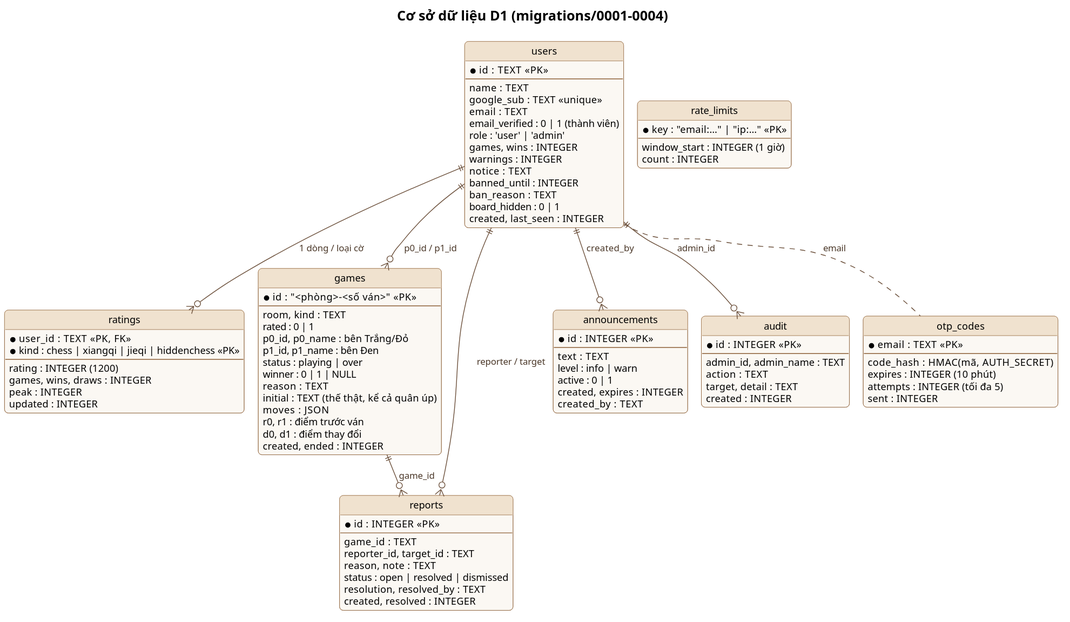
Earlier version of the PlantUML export docs/diagrams/data-model.svg (lethienloc2004/banco-chess).
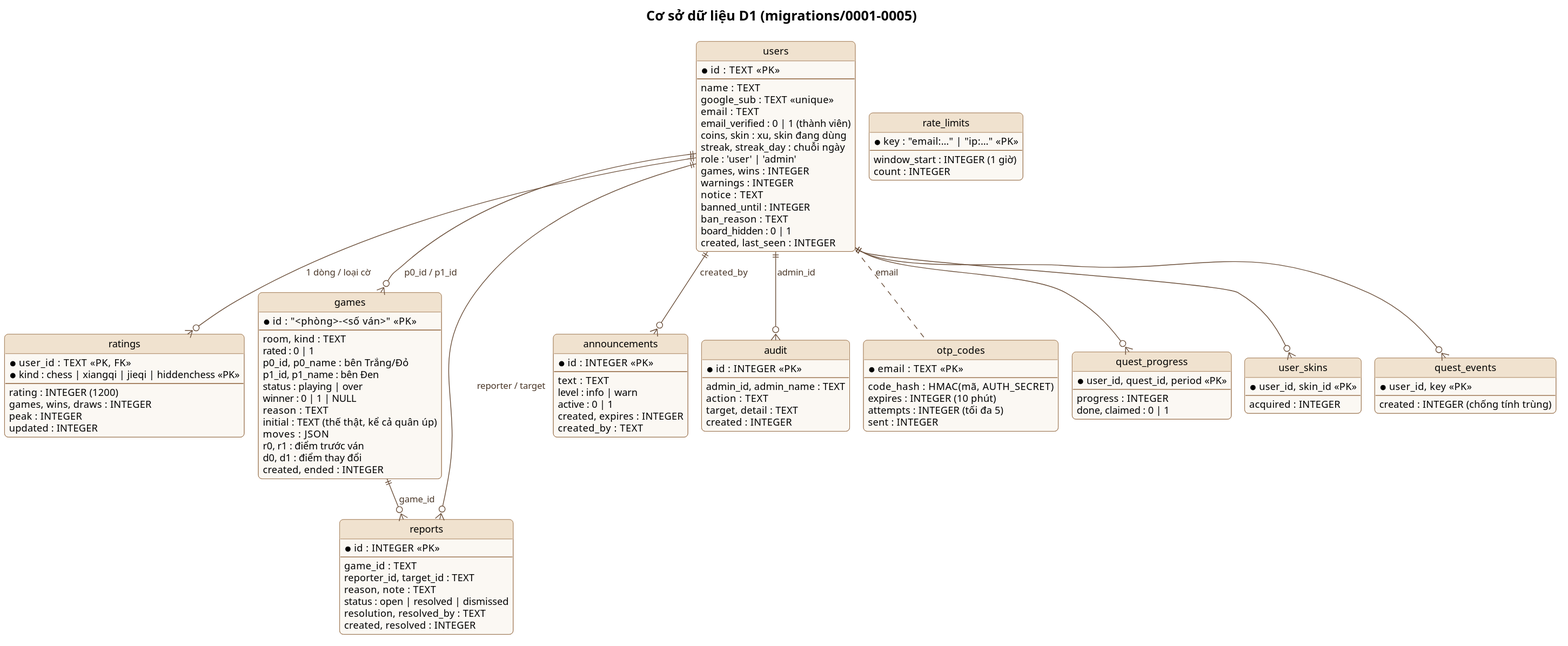
Above is the later version.

The edit, as a diff of the source:
```diff
@@ -1,7 +1,7 @@
 @startuml
 !include _style.iuml
 !pragma layout smetana
-title Cơ sở dữ liệu D1 (migrations/0001-0004)
+title Cơ sở dữ liệu D1 (migrations/0001-0005)
 hide circle
 hide methods
 
@@ -12,6 +12,8 @@
   google_sub : TEXT <<unique>>
   email : TEXT
   email_verified : 0 | 1 (thành viên)
+  coins, skin : xu, skin đang dùng
+  streak, streak_day : chuỗi ngày
   role : 'user' | 'admin'
   games, wins : INTEGER
   warnings : INTEGER
@@ -88,6 +90,25 @@
   sent : INTEGER
 }
 
+entity quest_progress {
+  * user_id, quest_id, period <<PK>>
+  --
+  progress : INTEGER
+  done, claimed : 0 | 1
+}
+
+entity user_skins {
+  * user_id, skin_id <<PK>>
+  --
+  acquired : INTEGER
+}
+
+entity quest_events {
+  * user_id, key <<PK>>
+  --
+  created : INTEGER (chống tính trùng)
+}
+
 entity rate_limits {
   * key : "email:…" | "ip:…" <<PK>>
   --
@@ -102,4 +123,7 @@
 users ||--o{ audit : "admin_id"
 users ||--o{ announcements : "created_by"
 users .. otp_codes : "email"
+users ||--o{ quest_progress
+users ||--o{ user_skins
+users ||--o{ quest_events
 @enduml
```
